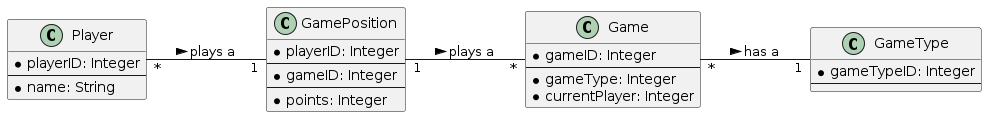
Earlier version of the PlantUML export images/diagram-classes.png (2223-3bhif-syp/Dart-Scoring-App).
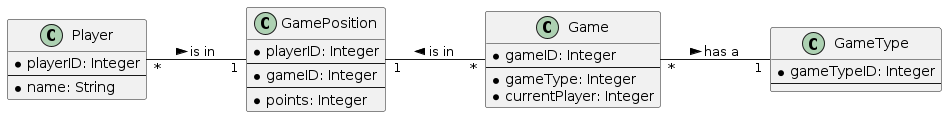
Above is the later version.

Diff of the diagram source:
```diff
@@ -27,8 +27,8 @@
 * points: Integer
 }
 
-Player "*"--"1" GamePosition : plays a >
-GamePosition "1"--"*" Game : plays a >
+Player "*"--"1" GamePosition : is in >
+GamePosition "1"--"*" Game : is in <
 Game "*"--"1" GameType : has a >
 
 @enduml
```
